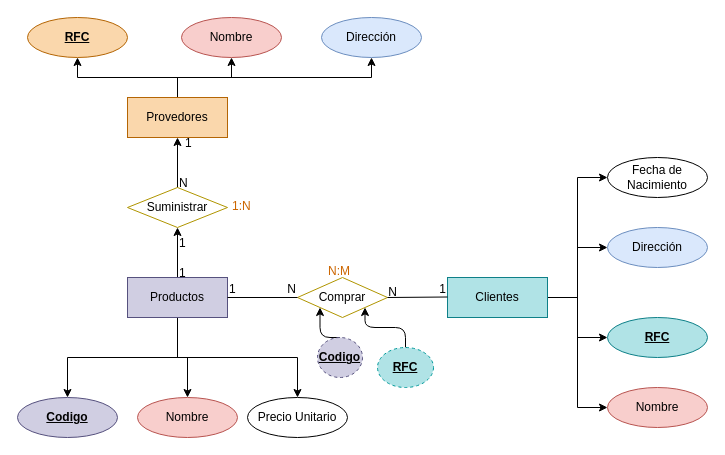
Above: page "Página-1" (1 of 3) of Diagrama sin título.drawio in IsabelSusana/BASE-DE-DATOS (draw.io), before the change. Source tidied: cells renumbered, new cells numbered last; positions are measured from the earlier drawing's top-left corner, leaving out a move shared by most shapes. Both pictures are drawn from the tidied source at 100%, with x=0, y=0 at pixel (17, 17).
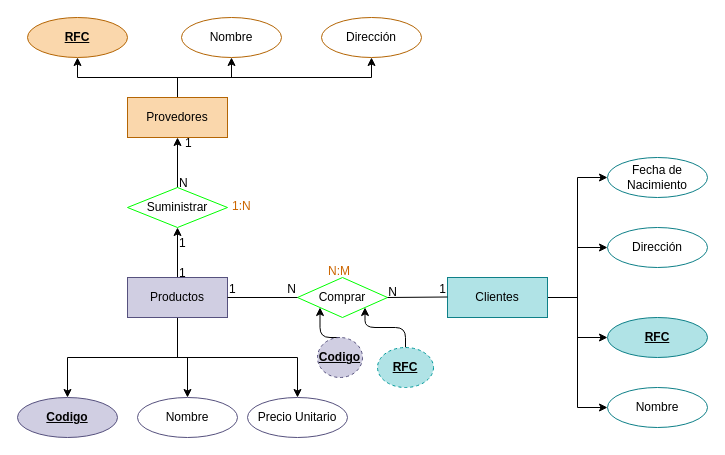
Above is the later version.

Diff of the diagram source:
```diff
@@
-    <mxCell id="12" value="Comprar" style="shape=rhombus;perimeter=rhombusPerimeter;whiteSpace=wrap;html=1;align=center;rounded=0;fillColor=none;fontColor=#000000;strokeColor=#B09500;" parent="1" vertex="1">
+    <mxCell id="12" value="Comprar" style="shape=rhombus;perimeter=rhombusPerimeter;whiteSpace=wrap;html=1;align=center;rounded=0;fillColor=none;fontColor=#000000;strokeColor=#00FF00;" parent="1" vertex="1">
       <mxGeometry x="280" y="260" width="90" height="40" as="geometry" />
     </mxCell>
@@
-    <mxCell id="14" value="Nombre" style="ellipse;whiteSpace=wrap;html=1;align=center;fillColor=#f8cecc;strokeColor=#b85450;rounded=0;" parent="1" vertex="1">
+    <mxCell id="14" value="Nombre" style="ellipse;whiteSpace=wrap;html=1;align=center;fillColor=none;strokeColor=#0e8088;rounded=0;" parent="1" vertex="1">
       <mxGeometry x="590" y="370" width="100" height="40" as="geometry" />
     </mxCell>
-    <mxCell id="15" value="Dirección" style="ellipse;whiteSpace=wrap;html=1;align=center;fillColor=#dae8fc;strokeColor=#6c8ebf;rounded=0;" parent="1" vertex="1">
+    <mxCell id="15" value="Dirección" style="ellipse;whiteSpace=wrap;html=1;align=center;fillColor=none;strokeColor=#0e8088;rounded=0;" parent="1" vertex="1">
       <mxGeometry x="590" y="210" width="100" height="40" as="geometry" />
     </mxCell>
-    <mxCell id="16" value="Fecha de Nacimiento" style="ellipse;whiteSpace=wrap;html=1;align=center;rounded=0;" parent="1" vertex="1">
+    <mxCell id="16" value="Fecha de Nacimiento" style="ellipse;whiteSpace=wrap;html=1;align=center;rounded=0;fillColor=none;strokeColor=#0e8088;" parent="1" vertex="1">
       <mxGeometry x="590" y="140" width="100" height="40" as="geometry" />
     </mxCell>
@@
-    <mxCell id="18" value="Nombre" style="ellipse;whiteSpace=wrap;html=1;align=center;fillColor=#f8cecc;strokeColor=#b85450;rounded=0;" parent="1" vertex="1">
+    <mxCell id="18" value="Nombre" style="ellipse;whiteSpace=wrap;html=1;align=center;fillColor=none;strokeColor=#56517e;rounded=0;" parent="1" vertex="1">
       <mxGeometry x="120" y="380" width="100" height="40" as="geometry" />
     </mxCell>
-    <mxCell id="19" value="Precio Unitario" style="ellipse;whiteSpace=wrap;html=1;align=center;rounded=0;" parent="1" vertex="1">
+    <mxCell id="19" value="Precio Unitario" style="ellipse;whiteSpace=wrap;html=1;align=center;rounded=0;fillColor=none;strokeColor=#56517e;" parent="1" vertex="1">
       <mxGeometry x="230" y="380" width="100" height="40" as="geometry" />
     </mxCell>
@@
-    <mxCell id="31" value="Suministrar" style="shape=rhombus;perimeter=rhombusPerimeter;whiteSpace=wrap;html=1;align=center;rounded=0;fillColor=none;fontColor=#000000;strokeColor=#B09500;" parent="1" vertex="1">
+    <mxCell id="31" value="Suministrar" style="shape=rhombus;perimeter=rhombusPerimeter;whiteSpace=wrap;html=1;align=center;rounded=0;fillColor=none;fontColor=#000000;strokeColor=#00FF00;" parent="1" vertex="1">
       <mxGeometry x="110" y="170" width="100" height="40" as="geometry" />
     </mxCell>
@@
-    <mxCell id="46" value="Nombre" style="ellipse;whiteSpace=wrap;html=1;align=center;fillColor=#f8cecc;strokeColor=#b85450;rounded=0;" parent="1" vertex="1">
+    <mxCell id="46" value="Nombre" style="ellipse;whiteSpace=wrap;html=1;align=center;fillColor=none;strokeColor=#b46504;rounded=0;" parent="1" vertex="1">
       <mxGeometry x="164" width="100" height="40" as="geometry" />
     </mxCell>
-    <mxCell id="47" value="Dirección" style="ellipse;whiteSpace=wrap;html=1;align=center;fillColor=#dae8fc;strokeColor=#6c8ebf;rounded=0;" parent="1" vertex="1">
+    <mxCell id="47" value="Dirección" style="ellipse;whiteSpace=wrap;html=1;align=center;fillColor=none;strokeColor=#b46504;rounded=0;" parent="1" vertex="1">
       <mxGeometry x="304" width="100" height="40" as="geometry" />
     </mxCell>
```
